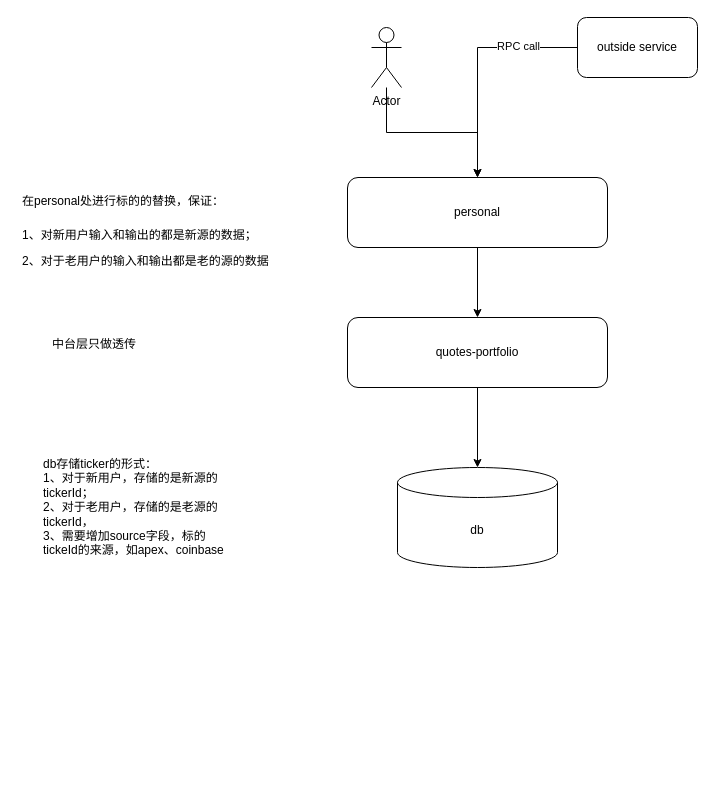
This is 未命名绘图.drawio from Hia-Hia/A-note, a draw.io file, before an edit. Source tidied: cells renumbered, new cells numbered last; positions are measured from the earlier drawing's top-left corner, leaving out a move shared by most shapes. Both pictures are drawn from the tidied source at 100%, with x=0, y=0 at pixel (17, 17).
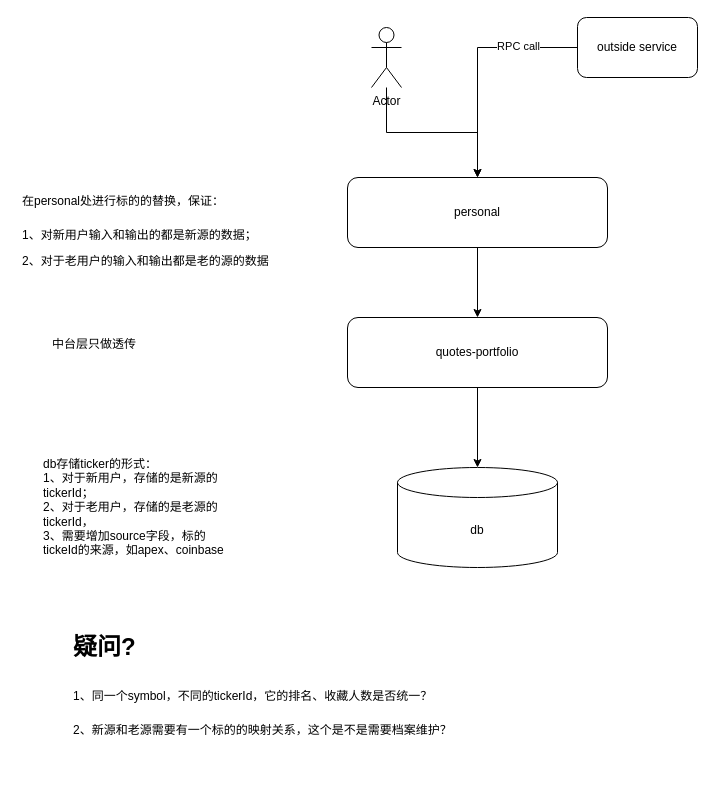
Above is the later version.

Commit message:
更新未命名绘图.drawio

What changed in the source:
```diff
@@
 <mxGraphModel>
   <root>
     <mxCell id="0" />
     <mxCell id="1" parent="0" />
     <mxCell id="2" style="edgeStyle=orthogonalEdgeStyle;rounded=0;jettySize=auto;html=1;" parent="1" edge="1" source="3" target="6">
       <mxGeometry relative="1" as="geometry" />
     </mxCell>
     <mxCell id="3" value="personal" style="rounded=1;whiteSpace=wrap;html=1;" parent="1" vertex="1">
       <mxGeometry x="330" y="160" width="260" height="70" as="geometry" />
     </mxCell>
     <mxCell id="4" value="&lt;h1&gt;&lt;span style=&quot;text-align: center; background-color: initial; font-size: 12px; font-weight: normal;&quot;&gt;在personal处进行标的的替换，保证：&lt;/span&gt;&lt;br&gt;&lt;/h1&gt;&lt;p&gt;&lt;span style=&quot;text-align: center;&quot;&gt;1、对新用户输入和输出的都是新源的数据；&lt;/span&gt;&lt;br&gt;&lt;/p&gt;&lt;p&gt;&lt;span style=&quot;text-align: center;&quot;&gt;2、对于老用户的输入和输出都是老的源的数据&lt;/span&gt;&lt;/p&gt;" style="text;html=1;strokeColor=none;fillColor=none;spacing=5;spacingTop=-20;whiteSpace=wrap;overflow=hidden;rounded=0;" parent="1" vertex="1">
       <mxGeometry y="160" width="280" height="120" as="geometry" />
     </mxCell>
     <mxCell id="5" style="edgeStyle=orthogonalEdgeStyle;rounded=0;jettySize=auto;html=1;" parent="1" edge="1" source="6" target="7">
       <mxGeometry relative="1" as="geometry" />
     </mxCell>
     <mxCell id="6" value="quotes-portfolio" style="rounded=1;whiteSpace=wrap;html=1;" parent="1" vertex="1">
       <mxGeometry x="330" y="300" width="260" height="70" as="geometry" />
     </mxCell>
     <mxCell id="7" value="db" style="shape=cylinder3;whiteSpace=wrap;html=1;boundedLbl=1;backgroundOutline=1;size=15;" parent="1" vertex="1">
       <mxGeometry x="380" y="450" width="160" height="100" as="geometry" />
     </mxCell>
     <mxCell id="8" style="edgeStyle=orthogonalEdgeStyle;rounded=0;jettySize=auto;html=1;" parent="1" edge="1" source="9" target="3">
       <mxGeometry relative="1" as="geometry" />
     </mxCell>
     <mxCell id="9" value="Actor" style="shape=umlActor;verticalLabelPosition=bottom;verticalAlign=top;html=1;outlineConnect=0;" parent="1" vertex="1">
       <mxGeometry x="354" y="10" width="30" height="60" as="geometry" />
     </mxCell>
     <mxCell id="10" value="outside service" style="rounded=1;whiteSpace=wrap;html=1;" parent="1" vertex="1">
       <mxGeometry x="560" width="120" height="60" as="geometry" />
     </mxCell>
     <mxCell id="11" style="endArrow=classic;html=1;rounded=0;exitX=0;exitY=0.5;exitDx=0;exitDy=0;entryX=0.5;entryY=0;entryDx=0;entryDy=0;" parent="1" edge="1" source="10" target="3">
       <mxGeometry relative="1" as="geometry">
         <Array as="points">
           <mxPoint x="460" y="30" />
         </Array>
       </mxGeometry>
     </mxCell>
     <mxCell id="12" value="RPC call" style="edgeLabel;html=1;align=center;verticalAlign=middle;" parent="11" vertex="1">
       <mxGeometry x="-0.48" y="-2" relative="1" as="geometry" />
     </mxCell>
     <mxCell id="13" value="db存储ticker的形式：&lt;br&gt;1、对于新用户，存储的是新源的tickerId；&lt;br&gt;2、对于老用户，存储的是老源的tickerId，&lt;br&gt;3、需要增加source字段，标的tickeId的来源，如apex、coinbase" style="text;html=1;strokeColor=none;fillColor=none;spacing=5;spacingTop=-20;whiteSpace=wrap;overflow=hidden;rounded=0;" parent="1" vertex="1">
       <mxGeometry x="21" y="450" width="190" height="120" as="geometry" />
     </mxCell>
     <mxCell id="14" value="中台层只做透传" style="text;html=1;strokeColor=none;fillColor=none;spacing=5;spacingTop=-20;whiteSpace=wrap;overflow=hidden;rounded=0;" parent="1" vertex="1">
       <mxGeometry x="30" y="330" width="190" height="120" as="geometry" />
     </mxCell>
+    <mxCell id="15" value="&lt;h1&gt;&lt;span style=&quot;background-color: initial;&quot;&gt;疑问?&lt;/span&gt;&lt;/h1&gt;&lt;h1&gt;&lt;span style=&quot;font-size: 12px; font-weight: 400;&quot;&gt;1、同一个symbol，不同的tickerId，它的排名、收藏人数是否统一？&lt;/span&gt;&lt;/h1&gt;&lt;div&gt;&lt;span style=&quot;font-size: 12px; font-weight: 400;&quot;&gt;2、新源和老源需要有一个标的的映射关系，这个是不是需要档案维护？&lt;/span&gt;&lt;/div&gt;" style="text;html=1;strokeColor=none;fillColor=none;spacing=5;spacingTop=-20;whiteSpace=wrap;overflow=hidden;rounded=0;" parent="1" vertex="1">
+      <mxGeometry x="51" y="610" width="550" height="150" as="geometry" />
+    </mxCell>
   </root>
 </mxGraphModel>
```
